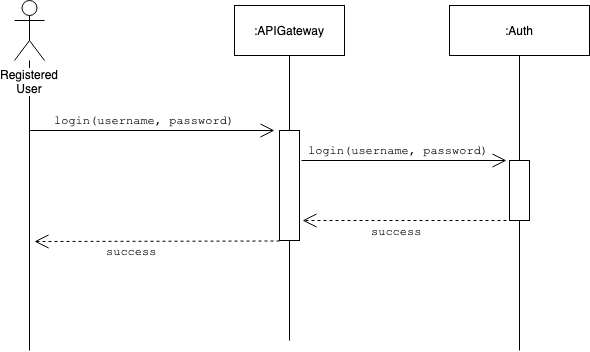
Before: docs/diagrams/login-process.png, a diagram exported from draw.io (utec-cs2901-2019-2/easy-exam-grupo-iii). Source tidied: cells renumbered, new cells last; positions are measured from the earlier drawing's top-left corner, leaving out a move shared by most shapes.
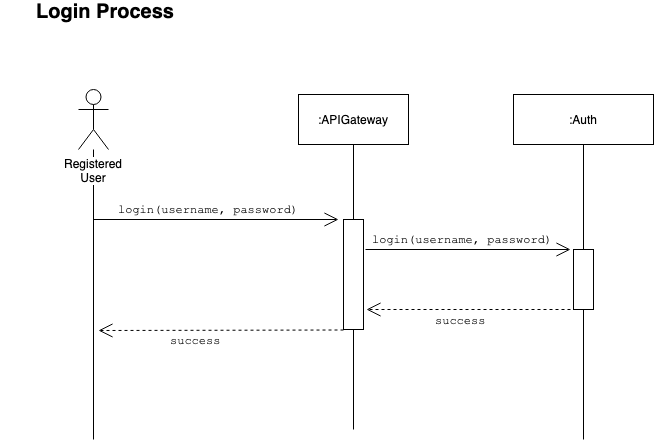
After the commit.

Commit message:
Corrected sequence diagrams

Diff of the diagram source:
```diff
@@ -74,5 +74,8 @@
         <mxPoint x="505" y="350" as="sourcePoint" />
       </mxGeometry>
     </mxCell>
+    <mxCell id="20" value="&lt;b&gt;&lt;font style=&quot;font-size: 20px&quot;&gt;Login Process&lt;/font&gt;&lt;/b&gt;" style="text;html=1;strokeColor=none;fillColor=none;align=center;verticalAlign=middle;whiteSpace=wrap;rounded=0;" parent="1" vertex="1">
+      <mxGeometry x="-78" y="-88" width="210" height="20" as="geometry" />
+    </mxCell>
   </root>
 </mxGraphModel>
```
